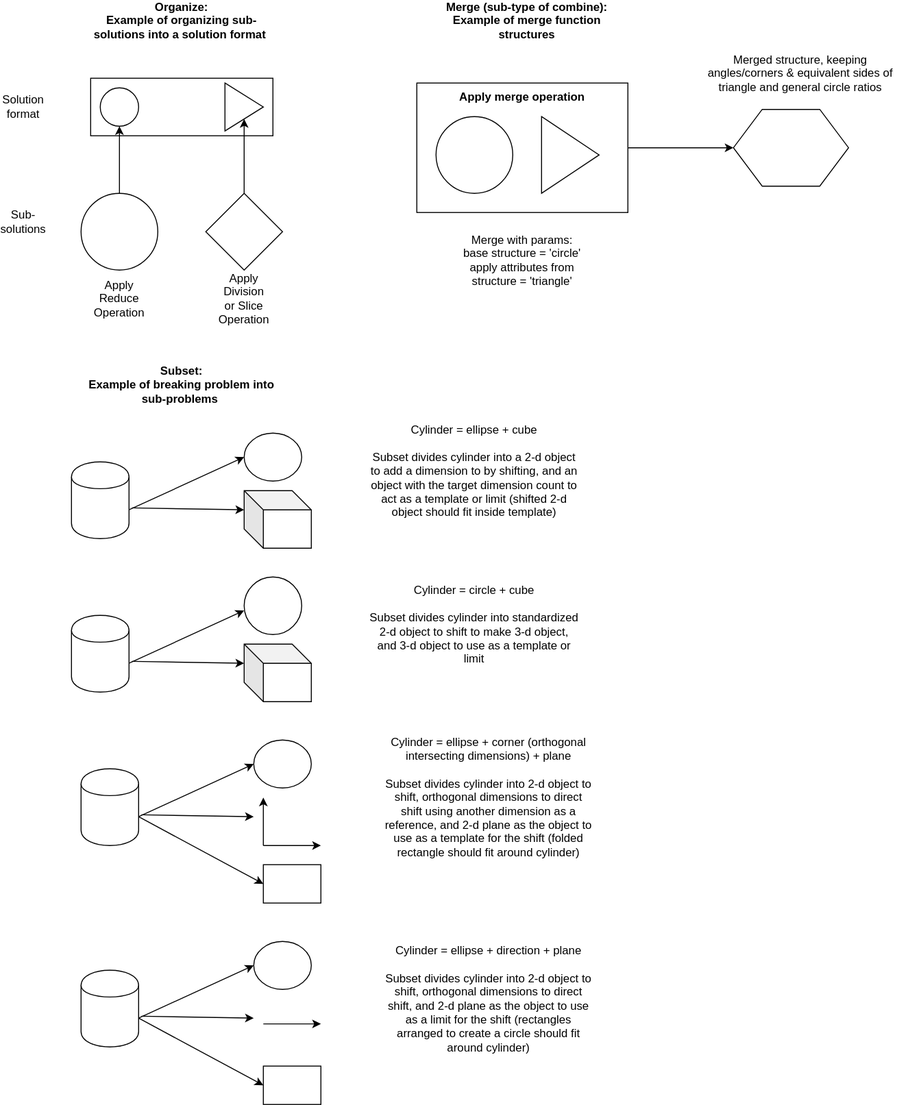
The draw.io diagram docs/objects/core_functions.svg in outdreamer/build-a-cure, before a commit. Source tidied: cells renumbered, new cells last; positions are measured from the earlier drawing's top-left corner, leaving out a move shared by most shapes.
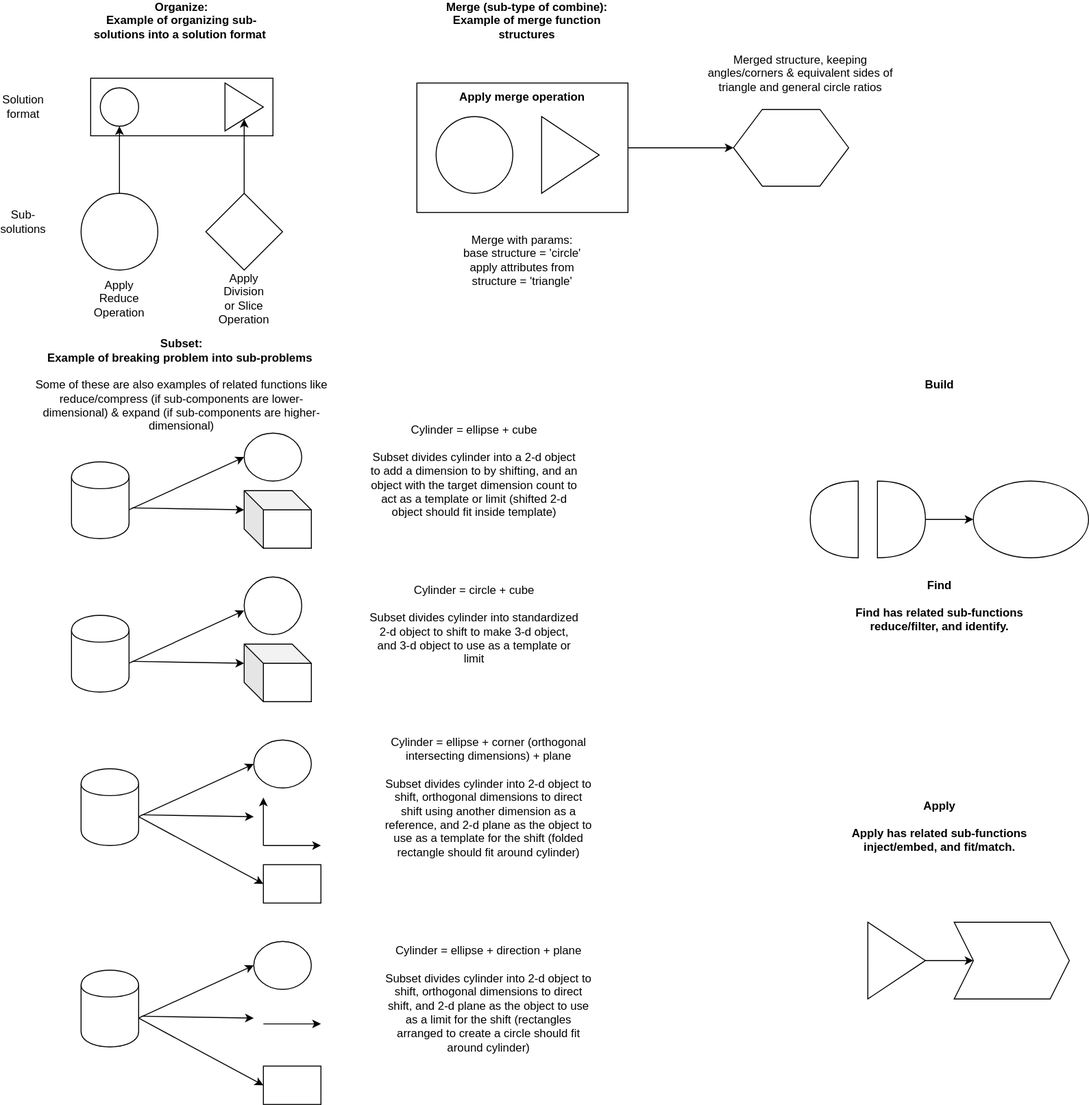
Later version of the same file.

What changed in the source:
```diff
@@ -65,8 +65,8 @@
     <mxCell id="22" value="Merge with params:&lt;br&gt;base structure = 'circle'&lt;br&gt;apply attributes from structure = 'triangle'" style="text;html=1;strokeColor=none;fillColor=none;align=center;verticalAlign=middle;whiteSpace=wrap;rounded=0;" parent="1" vertex="1">
       <mxGeometry x="465" y="250" width="150" height="20" as="geometry" />
     </mxCell>
-    <mxCell id="23" value="Subset:&lt;br&gt;Example of breaking problem into sub-problems&amp;nbsp;" style="text;html=1;strokeColor=none;fillColor=none;align=center;verticalAlign=middle;whiteSpace=wrap;rounded=0;fontStyle=1;" parent="1" vertex="1">
-      <mxGeometry x="80" y="380" width="210" height="20" as="geometry" />
+    <mxCell id="23" value="Subset:&lt;br&gt;Example of breaking problem into sub-problems&amp;nbsp;&lt;br&gt;&lt;br&gt;&lt;span style=&quot;font-weight: normal&quot;&gt;Some of these are also examples of related functions like reduce/compress (if sub-components are lower-dimensional) &amp;amp; expand (if sub-components are higher-dimensional)&lt;/span&gt;" style="text;html=1;strokeColor=none;fillColor=none;align=center;verticalAlign=middle;whiteSpace=wrap;rounded=0;fontStyle=1;" parent="1" vertex="1">
+      <mxGeometry x="30" y="380" width="310" height="20" as="geometry" />
     </mxCell>
     <mxCell id="24" style="shape=cylinder;whiteSpace=wrap;html=1;boundedLbl=1;backgroundOutline=1;" parent="1" vertex="1">
       <mxGeometry x="70" y="470" width="60" height="80" as="geometry" />
@@ -181,5 +181,38 @@
     <mxCell id="52" value="Cylinder = ellipse + cube&lt;br&gt;&lt;br&gt;Subset divides cylinder into a 2-d object to add a dimension to by shifting, and an object with the target dimension count to act as a template or limit (shifted 2-d object should fit inside template)" style="text;html=1;strokeColor=none;fillColor=none;align=center;verticalAlign=middle;whiteSpace=wrap;rounded=0;" parent="1" vertex="1">
       <mxGeometry x="380" y="470" width="220" height="20" as="geometry" />
     </mxCell>
+    <mxCell id="53" value="Build" style="text;html=1;strokeColor=none;fillColor=none;align=center;verticalAlign=middle;whiteSpace=wrap;rounded=0;fontStyle=1;" parent="1" vertex="1">
+      <mxGeometry x="870" y="380" width="210" height="20" as="geometry" />
+    </mxCell>
+    <mxCell id="54" style="shape=or;whiteSpace=wrap;html=1;" parent="1" vertex="1">
+      <mxGeometry x="910" y="490" width="50" height="80" as="geometry" />
+    </mxCell>
+    <mxCell id="55" style="shape=or;whiteSpace=wrap;html=1;rotation=-180;" parent="1" vertex="1">
+      <mxGeometry x="840" y="490" width="50" height="80" as="geometry" />
+    </mxCell>
+    <mxCell id="56" style="ellipse;whiteSpace=wrap;html=1;" parent="1" vertex="1">
+      <mxGeometry x="1010" y="490" width="120" height="80" as="geometry" />
+    </mxCell>
+    <mxCell id="57" style="endArrow=classic;html=1;entryX=0;entryY=0.5;entryDx=0;entryDy=0;exitX=1;exitY=0.5;exitDx=0;exitDy=0;exitPerimeter=0;" parent="1" edge="1" source="54" target="56">
+      <mxGeometry relative="1" as="geometry" />
+    </mxCell>
+    <mxCell id="58" value="Find&lt;br&gt;&lt;br&gt;Find has related sub-functions reduce/filter, and identify." style="text;html=1;strokeColor=none;fillColor=none;align=center;verticalAlign=middle;whiteSpace=wrap;rounded=0;fontStyle=1;" parent="1" vertex="1">
+      <mxGeometry x="870" y="610" width="210" height="20" as="geometry" />
+    </mxCell>
+    <mxCell id="59" value="Apply&lt;br&gt;&lt;br&gt;Apply has related sub-functions inject/embed, and fit/match." style="text;html=1;strokeColor=none;fillColor=none;align=center;verticalAlign=middle;whiteSpace=wrap;rounded=0;fontStyle=1;" parent="1" vertex="1">
+      <mxGeometry x="870" y="840" width="210" height="20" as="geometry" />
+    </mxCell>
+    <mxCell id="60" style="endArrow=classic;html=1;entryX=0;entryY=0.5;entryDx=0;entryDy=0;exitX=1;exitY=0.5;exitDx=0;exitDy=0;exitPerimeter=0;" parent="1" edge="1">
+      <mxGeometry relative="1" as="geometry">
+        <mxPoint x="960" y="990" as="sourcePoint" />
+        <mxPoint x="1010" y="990" as="targetPoint" />
+      </mxGeometry>
+    </mxCell>
+    <mxCell id="61" style="shape=step;perimeter=stepPerimeter;whiteSpace=wrap;html=1;fixedSize=1;" parent="1" vertex="1">
+      <mxGeometry x="990" y="950" width="120" height="80" as="geometry" />
+    </mxCell>
+    <mxCell id="62" style="triangle;whiteSpace=wrap;html=1;" parent="1" vertex="1">
+      <mxGeometry x="900" y="950" width="60" height="80" as="geometry" />
+    </mxCell>
   </root>
 </mxGraphModel>
```
